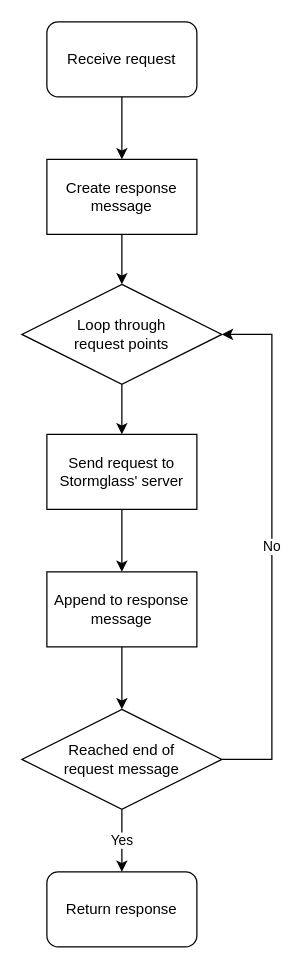
The draw.io diagram page "OceanWeatherPrediction" (1 of 2) of services/oceanWeatherService/programFlow.drawio in NicholasBunn/mastersCaseStudy, before the edit. Source tidied: cells renumbered, new cells numbered last; positions are measured from the earlier drawing's top-left corner, leaving out a move shared by most shapes. Both pictures are drawn from the tidied source at 125%, with x=0, y=0 at pixel (21, 21).
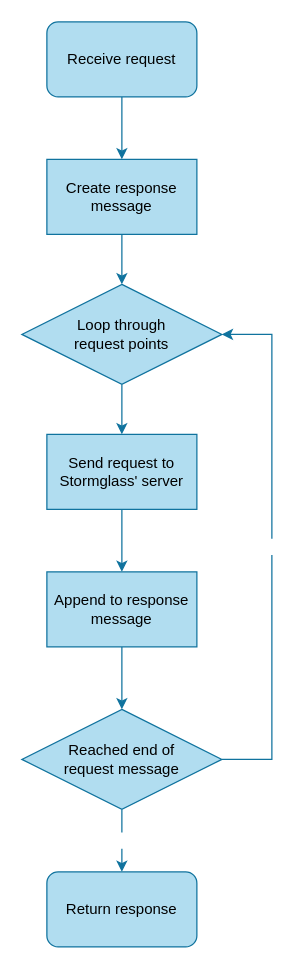
Above is the later version.

What changed in the source:
```diff
@@
 <mxGraphModel>
   <root>
     <mxCell id="0" />
     <mxCell id="1" parent="0" />
-    <mxCell id="2" style="edgeStyle=orthogonalEdgeStyle;rounded=0;jettySize=auto;html=1;" parent="1" edge="1" source="3" target="5">
+    <mxCell id="2" style="edgeStyle=orthogonalEdgeStyle;rounded=0;jettySize=auto;html=1;fillColor=#b1ddf0;strokeColor=#10739e;fontColor=#000000;" parent="1" edge="1" source="3" target="5">
       <mxGeometry relative="1" as="geometry" />
     </mxCell>
-    <mxCell id="3" value="Receive request" style="rounded=1;whiteSpace=wrap;html=1;" parent="1" vertex="1">
+    <mxCell id="3" value="&lt;font&gt;Receive request&lt;/font&gt;" style="rounded=1;whiteSpace=wrap;html=1;fillColor=#b1ddf0;strokeColor=#10739e;fontColor=#000000;" parent="1" vertex="1">
       <mxGeometry x="20" width="120" height="60" as="geometry" />
     </mxCell>
-    <mxCell id="4" style="edgeStyle=orthogonalEdgeStyle;rounded=0;jettySize=auto;html=1;entryX=0.5;entryY=0;entryDx=0;entryDy=0;" parent="1" edge="1" source="5" target="7">
+    <mxCell id="4" style="edgeStyle=orthogonalEdgeStyle;rounded=0;jettySize=auto;html=1;entryX=0.5;entryY=0;entryDx=0;entryDy=0;fillColor=#b1ddf0;strokeColor=#10739e;fontColor=#000000;" parent="1" edge="1" source="5" target="7">
       <mxGeometry relative="1" as="geometry" />
     </mxCell>
-    <mxCell id="5" value="Create response message" style="rounded=0;whiteSpace=wrap;html=1;" parent="1" vertex="1">
+    <mxCell id="5" value="&lt;font&gt;Create response message&lt;/font&gt;" style="rounded=0;whiteSpace=wrap;html=1;fillColor=#b1ddf0;strokeColor=#10739e;fontColor=#000000;" parent="1" vertex="1">
       <mxGeometry x="20" y="110" width="120" height="60" as="geometry" />
     </mxCell>
-    <mxCell id="6" style="edgeStyle=orthogonalEdgeStyle;rounded=0;jettySize=auto;html=1;" parent="1" edge="1" source="7" target="9">
+    <mxCell id="6" style="edgeStyle=orthogonalEdgeStyle;rounded=0;jettySize=auto;html=1;fillColor=#b1ddf0;strokeColor=#10739e;fontColor=#000000;" parent="1" edge="1" source="7" target="9">
       <mxGeometry relative="1" as="geometry" />
     </mxCell>
-    <mxCell id="7" value="Loop through&lt;br&gt;request points" style="rhombus;whiteSpace=wrap;html=1;" parent="1" vertex="1">
+    <mxCell id="7" value="&lt;font&gt;Loop through&lt;br&gt;request points&lt;/font&gt;" style="rhombus;whiteSpace=wrap;html=1;fillColor=#b1ddf0;strokeColor=#10739e;fontColor=#000000;" parent="1" vertex="1">
       <mxGeometry y="210" width="160" height="80" as="geometry" />
     </mxCell>
-    <mxCell id="8" style="edgeStyle=orthogonalEdgeStyle;rounded=0;jettySize=auto;html=1;entryX=0.5;entryY=0;entryDx=0;entryDy=0;" parent="1" edge="1" source="9" target="11">
+    <mxCell id="8" style="edgeStyle=orthogonalEdgeStyle;rounded=0;jettySize=auto;html=1;entryX=0.5;entryY=0;entryDx=0;entryDy=0;fillColor=#b1ddf0;strokeColor=#10739e;fontColor=#000000;" parent="1" edge="1" source="9" target="11">
       <mxGeometry relative="1" as="geometry" />
     </mxCell>
-    <mxCell id="9" value="Send request to Stormglass' server" style="rounded=0;whiteSpace=wrap;html=1;" parent="1" vertex="1">
+    <mxCell id="9" value="&lt;font&gt;Send request to Stormglass' server&lt;/font&gt;" style="rounded=0;whiteSpace=wrap;html=1;fillColor=#b1ddf0;strokeColor=#10739e;fontColor=#000000;" parent="1" vertex="1">
       <mxGeometry x="20" y="330" width="120" height="60" as="geometry" />
     </mxCell>
-    <mxCell id="10" style="edgeStyle=orthogonalEdgeStyle;rounded=0;jettySize=auto;html=1;" parent="1" edge="1" source="11" target="15">
+    <mxCell id="10" style="edgeStyle=orthogonalEdgeStyle;rounded=0;jettySize=auto;html=1;fillColor=#b1ddf0;strokeColor=#10739e;fontColor=#000000;" parent="1" edge="1" source="11" target="15">
       <mxGeometry relative="1" as="geometry" />
     </mxCell>
-    <mxCell id="11" value="Append to response message" style="rounded=0;whiteSpace=wrap;html=1;" parent="1" vertex="1">
+    <mxCell id="11" value="&lt;font&gt;Append to response message&lt;/font&gt;" style="rounded=0;whiteSpace=wrap;html=1;fillColor=#b1ddf0;strokeColor=#10739e;fontColor=#000000;" parent="1" vertex="1">
       <mxGeometry x="20" y="440" width="120" height="60" as="geometry" />
     </mxCell>
-    <mxCell id="12" value="Return response" style="rounded=1;whiteSpace=wrap;html=1;" parent="1" vertex="1">
+    <mxCell id="12" value="&lt;font&gt;Return response&lt;/font&gt;" style="rounded=1;whiteSpace=wrap;html=1;fillColor=#b1ddf0;strokeColor=#10739e;fontColor=#000000;" parent="1" vertex="1">
       <mxGeometry x="20" y="680" width="120" height="60" as="geometry" />
     </mxCell>
-    <mxCell id="13" value="Yes" style="edgeStyle=orthogonalEdgeStyle;rounded=0;jettySize=auto;html=1;entryX=0.5;entryY=0;entryDx=0;entryDy=0;" parent="1" edge="1" source="15" target="12">
+    <mxCell id="13" value="Yes" style="edgeStyle=orthogonalEdgeStyle;rounded=0;jettySize=auto;html=1;entryX=0.5;entryY=0;entryDx=0;entryDy=0;fillColor=#b1ddf0;strokeColor=#10739e;fontColor=#FFFFFF;" parent="1" edge="1" source="15" target="12">
       <mxGeometry relative="1" as="geometry" />
     </mxCell>
-    <mxCell id="14" value="No" style="edgeStyle=orthogonalEdgeStyle;rounded=0;jettySize=auto;html=1;entryX=1;entryY=0.5;entryDx=0;entryDy=0;" parent="1" edge="1" source="15" target="7">
+    <mxCell id="14" value="No" style="edgeStyle=orthogonalEdgeStyle;rounded=0;jettySize=auto;html=1;entryX=1;entryY=0.5;entryDx=0;entryDy=0;fillColor=#b1ddf0;strokeColor=#10739e;fontColor=#FFFFFF;" parent="1" edge="1" source="15" target="7">
       <mxGeometry relative="1" as="geometry">
         <Array as="points">
           <mxPoint x="200" y="590" />
           <mxPoint x="200" y="250" />
         </Array>
       </mxGeometry>
     </mxCell>
-    <mxCell id="15" value="Reached end of&lt;br&gt;request message" style="rhombus;whiteSpace=wrap;html=1;" parent="1" vertex="1">
+    <mxCell id="15" value="&lt;font&gt;Reached end of&lt;br&gt;request message&lt;/font&gt;" style="rhombus;whiteSpace=wrap;html=1;fillColor=#b1ddf0;strokeColor=#10739e;fontColor=#000000;" parent="1" vertex="1">
       <mxGeometry y="550" width="160" height="80" as="geometry" />
     </mxCell>
   </root>
 </mxGraphModel>
```
